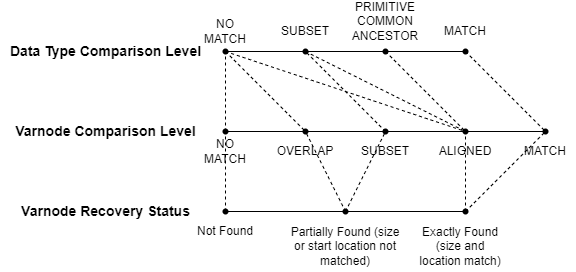
Before: figures/varnode-levels.drawio.png, a diagram exported from draw.io (jace-kline/thesis). Source tidied: cells renumbered, new cells last; positions are measured from the earlier drawing's top-left corner, leaving out a move shared by most shapes.
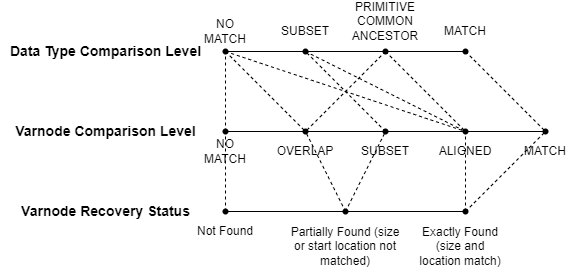
After the commit.

What changed in the source:
```diff
@@ -176,5 +176,11 @@
     <mxCell id="49" value="&lt;b&gt;Varnode Comparison Level&lt;/b&gt;" style="text;html=1;align=center;verticalAlign=middle;strokeColor=none;fillColor=none;fontSize=14;" parent="1" vertex="1">
       <mxGeometry x="5" y="105" width="200" height="30" as="geometry" />
     </mxCell>
+    <mxCell id="50" style="endArrow=none;dashed=1;html=1;rounded=0;fontSize=14;" parent="1" edge="1">
+      <mxGeometry relative="1" as="geometry">
+        <mxPoint x="385" y="40" as="sourcePoint" />
+        <mxPoint x="305" y="120" as="targetPoint" />
+      </mxGeometry>
+    </mxCell>
   </root>
 </mxGraphModel>
```
